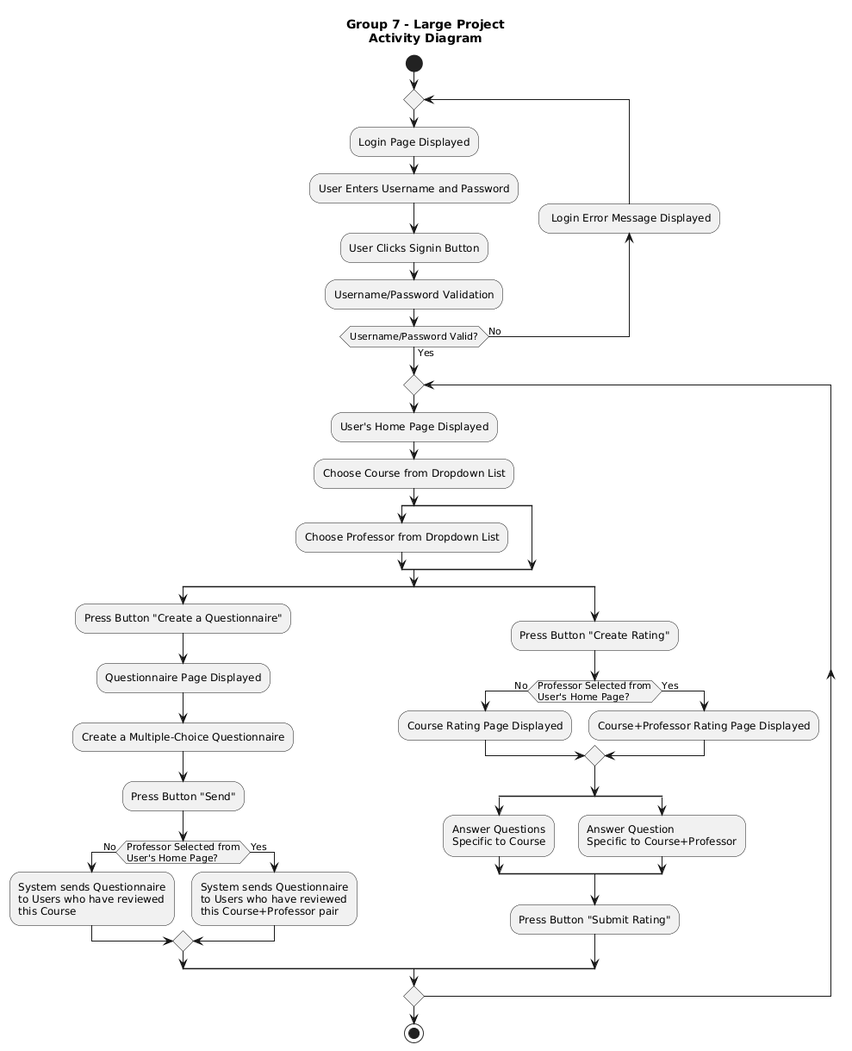
Earlier version of the PlantUML export documents/activity_diagram/2026-03-23_Group 7_Large Project_Activity Diagram.png (AndrewKelton/large-project). Its diagram source:
```plantuml
@startuml
title Group 7 - Large Project\nActivity Diagram

start

repeat
  :Login Page Displayed;
  :User Enters Username and Password;
  :User Clicks Signin Button;
  :Username/Password Validation;
backward: Login Error Message Displayed;
repeat while (Username/Password Valid?) is (No) not (Yes)

repeat
  :User's Home Page Displayed;
  :Choose Course from Dropdown List;
  split
    :Choose Professor from Dropdown List;
  split again
  end split
  split
    :Press Button "Create a Questionnaire";
    :Questionnaire Page Displayed;
    :Create a Multiple-Choice Questionnaire;
    :Press Button "Send";

    if (Professor Selected from\nUser's Home Page?) is (No) then
      :System sends Questionnaire
      to Users who have reviewed
      this Course;
    else (Yes)
      :System sends Questionnaire
      to Users who have reviewed
      this Course+Professor pair;
    endif
  split again
    :Press Button "Create Rating";
    if (Professor Selected from\nUser's Home Page?) is (No) then
      :Course Rating Page Displayed;
    else (Yes)
      :Course+Professor Rating Page Displayed;
    endif

    split
      :Answer Questions\nSpecific to Course;
    split again
      :Answer Question\nSpecific to Course+Professor;
    end split
    :Press Button "Submit Rating";
  end split
repeat while ()

stop
@enduml
```
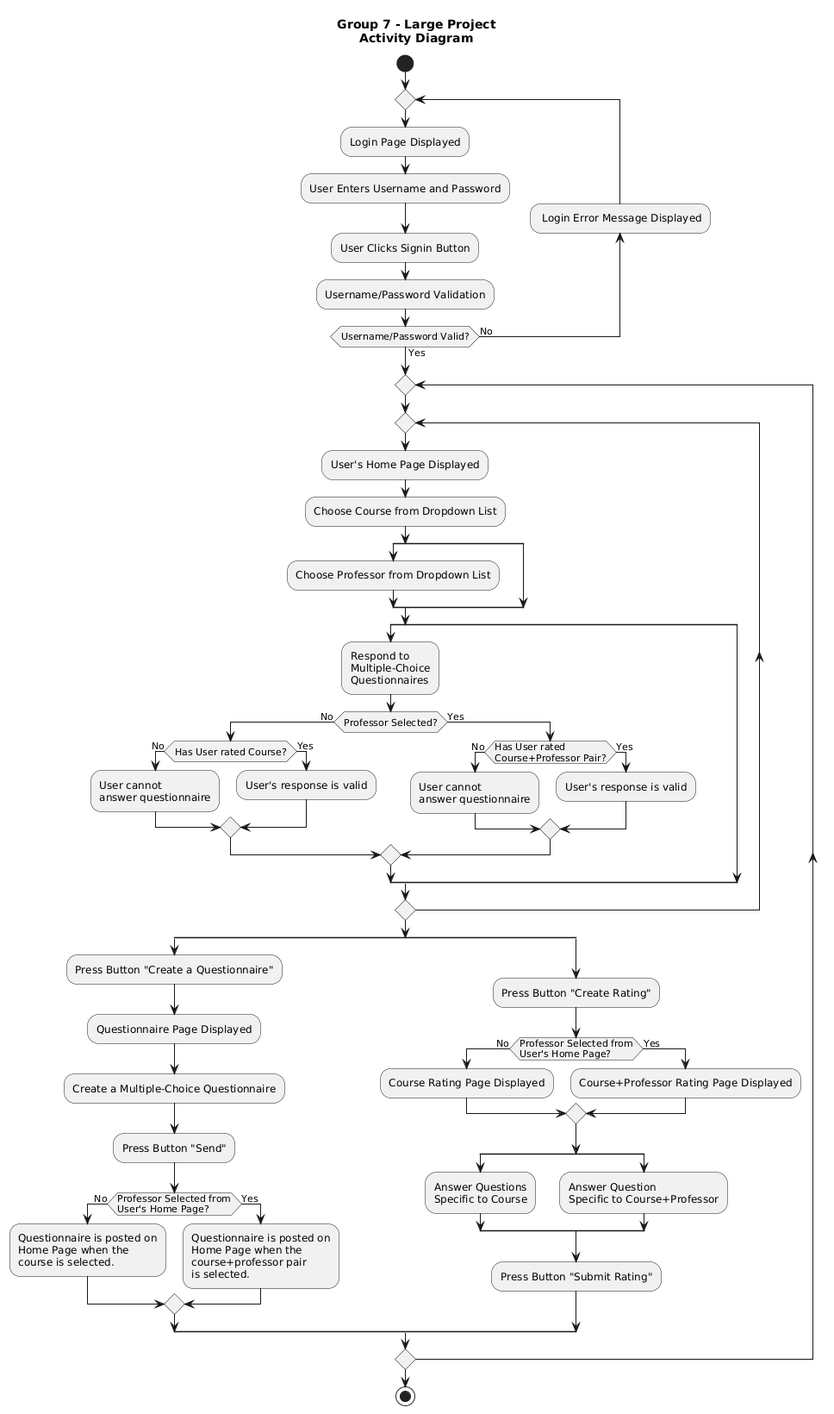
After the commit.

Commit message:
add questionnaire response action to activity diagram

What changed in the source:
```diff
@@ -12,12 +12,31 @@
 repeat while (Username/Password Valid?) is (No) not (Yes)
 
 repeat
-  :User's Home Page Displayed;
-  :Choose Course from Dropdown List;
-  split
-    :Choose Professor from Dropdown List;
-  split again
-  end split
+  repeat
+    :User's Home Page Displayed;
+    :Choose Course from Dropdown List;
+    split
+      :Choose Professor from Dropdown List;
+    split again
+    end split
+    split
+      :Respond to\nMultiple-Choice\nQuestionnaires;
+      if (Professor Selected?) is (No) then
+        if(Has User rated Course?) is (No) then
+          :User cannot\nanswer questionnaire;
+        else (Yes)
+          :User's response is valid;
+        endif
+      else (Yes)
+        if (Has User rated\nCourse+Professor Pair?) is (No) then
+          :User cannot\nanswer questionnaire;
+        else (Yes)
+          :User's response is valid;
+        endif
+      endif
+    split again
+    end split
+  repeat while()
   split
     :Press Button "Create a Questionnaire";
     :Questionnaire Page Displayed;
@@ -25,13 +44,14 @@
     :Press Button "Send";
 
     if (Professor Selected from\nUser's Home Page?) is (No) then
-      :System sends Questionnaire
-      to Users who have reviewed
-      this Course;
+      :Questionnaire is posted on
+      Home Page when the
+      course is selected.;
     else (Yes)
-      :System sends Questionnaire
-      to Users who have reviewed
-      this Course+Professor pair;
+      :Questionnaire is posted on
+      Home Page when the
+      course+professor pair
+      is selected.;
     endif
   split again
     :Press Button "Create Rating";
```
